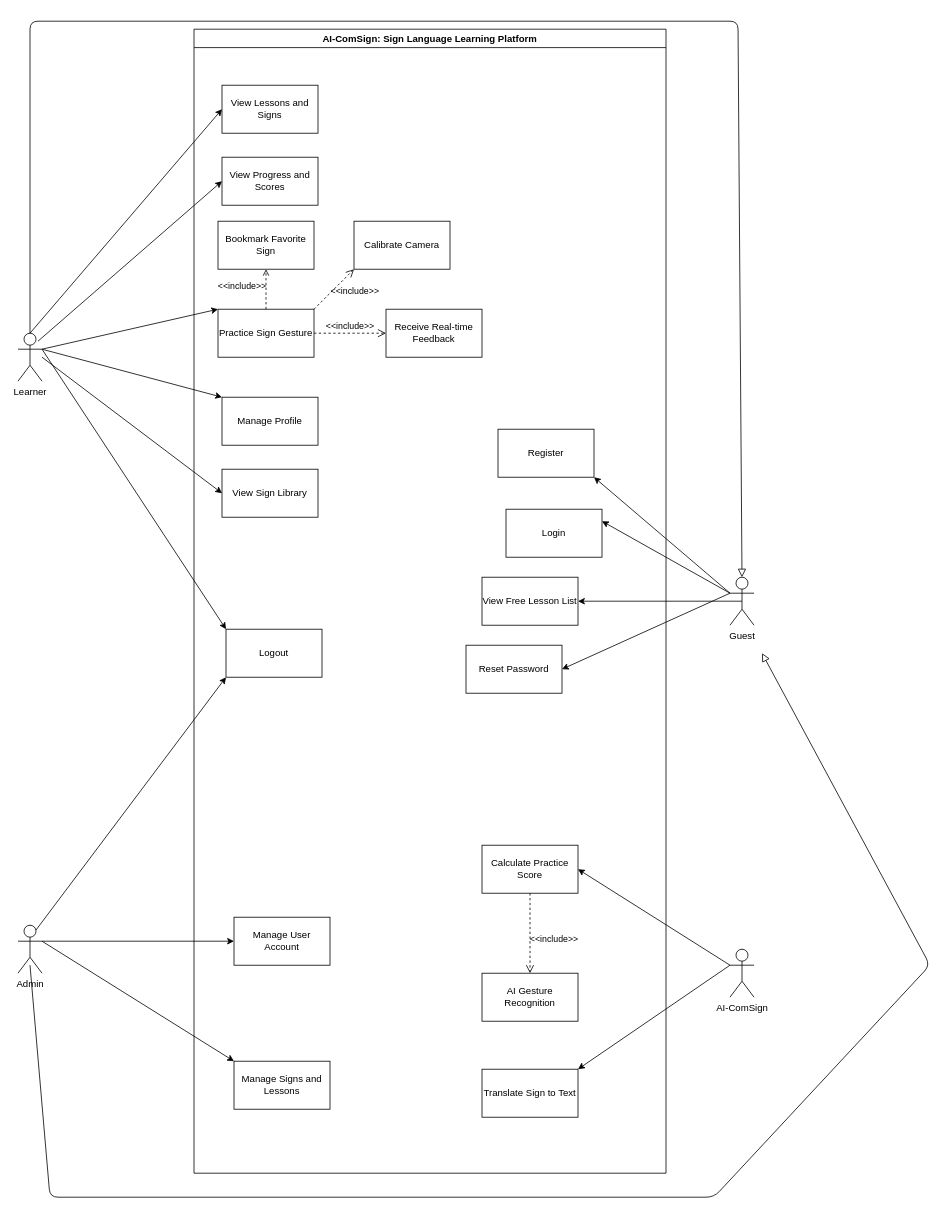
CtrlConquerors/AI-ComSign keeps this draw.io diagram as docs/UseCase.drawio. Above is the earlier version. Source tidied: cells renumbered, new cells numbered last; positions are measured from the earlier drawing's top-left corner, leaving out a move shared by most shapes. Both pictures are drawn from the tidied source at 80%, with x=0, y=0 at pixel (18, 21).
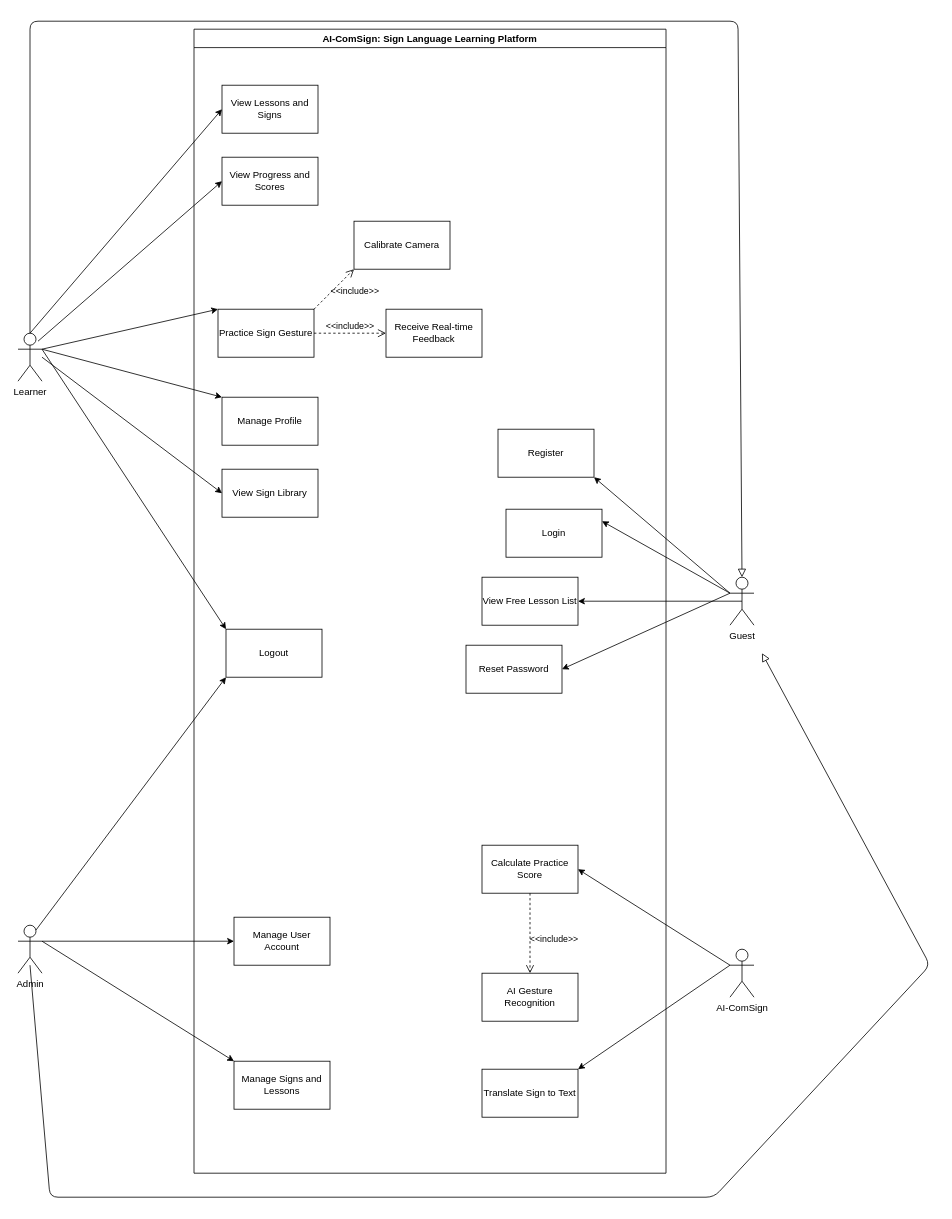
The same page after the edit.

Commit message (it also covers changes not shown here):
sửa  use case

Unchanged cells that the change refers to:
```xml
<mxCell id="5" value="AI-ComSign: Sign Language Learning Platform" style="swimlane;whiteSpace=wrap;html=1;" parent="1" vertex="1">
  <mxGeometry x="220" y="10" width="590" height="1430" as="geometry" />
</mxCell>
<mxCell id="8" value="Practice Sign Gesture" style="rounded=0;whiteSpace=wrap;html=1;" parent="5" vertex="1">
  <mxGeometry x="30" y="350" width="120" height="60" as="geometry" />
</mxCell>
```

What changed in the source:
```diff
@@
-    <mxCell id="19" value="Bookmark Favorite Sign" style="rounded=0;whiteSpace=wrap;html=1;" parent="5" vertex="1">
-      <mxGeometry x="30" y="240" width="120" height="60" as="geometry" />
-    </mxCell>
@@
-    <mxCell id="27" value="&amp;lt;&amp;lt;include&amp;gt;&amp;gt;" style="html=1;verticalAlign=bottom;labelBackgroundColor=none;endArrow=open;endFill=0;dashed=1;rounded=0;exitX=0.5;exitY=0;exitDx=0;exitDy=0;entryX=0.5;entryY=1;entryDx=0;entryDy=0;" parent="5" edge="1" source="8" target="19">
-      <mxGeometry x="-0.2" y="30" relative="1" as="geometry" />
-    </mxCell>
```
